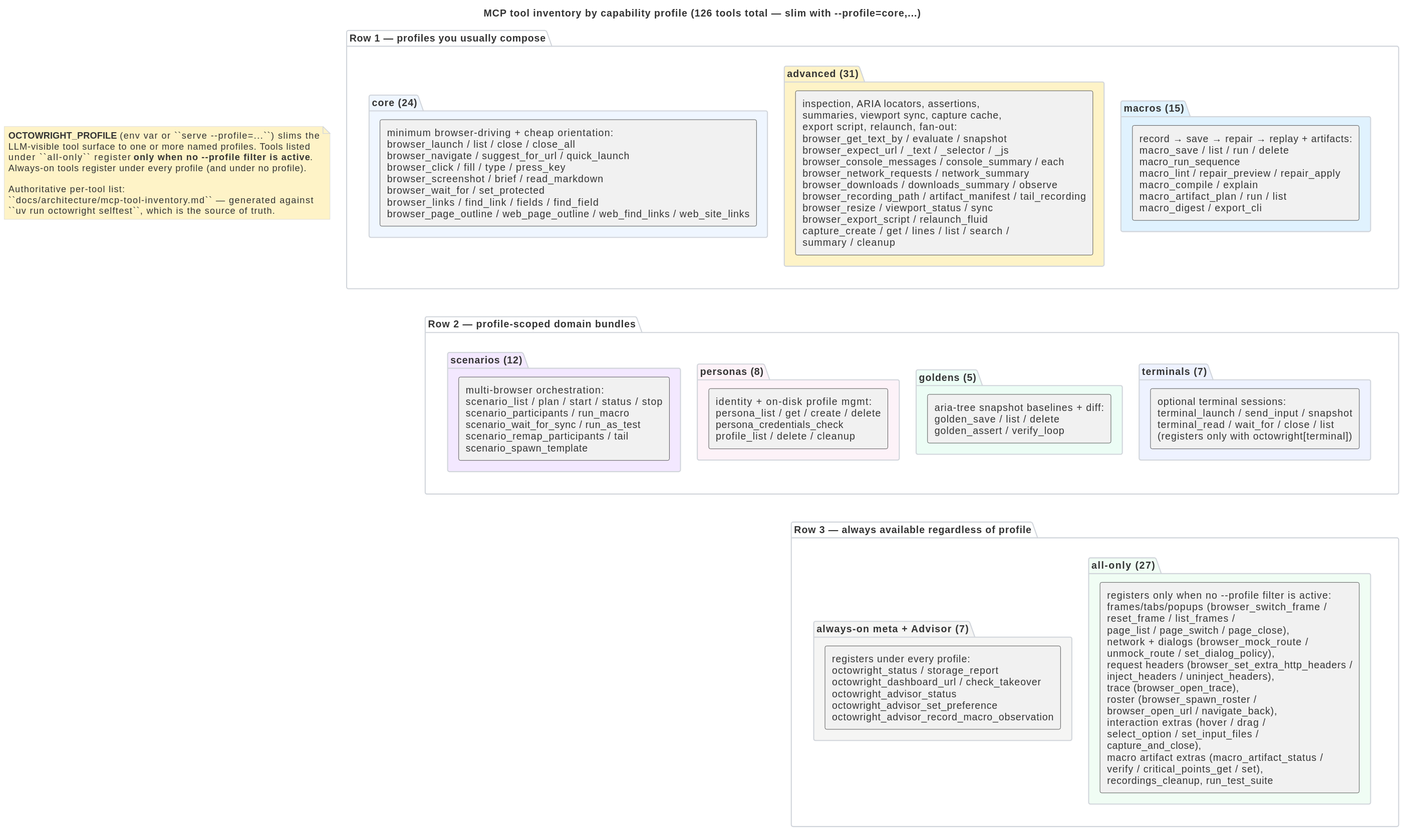
Above: docs/architecture/mcp-tool-surface.svg in livingstaccato/octowright (PlantUML), before the change. Its source is kept beside it as docs/architecture/mcp-tool-surface.puml.
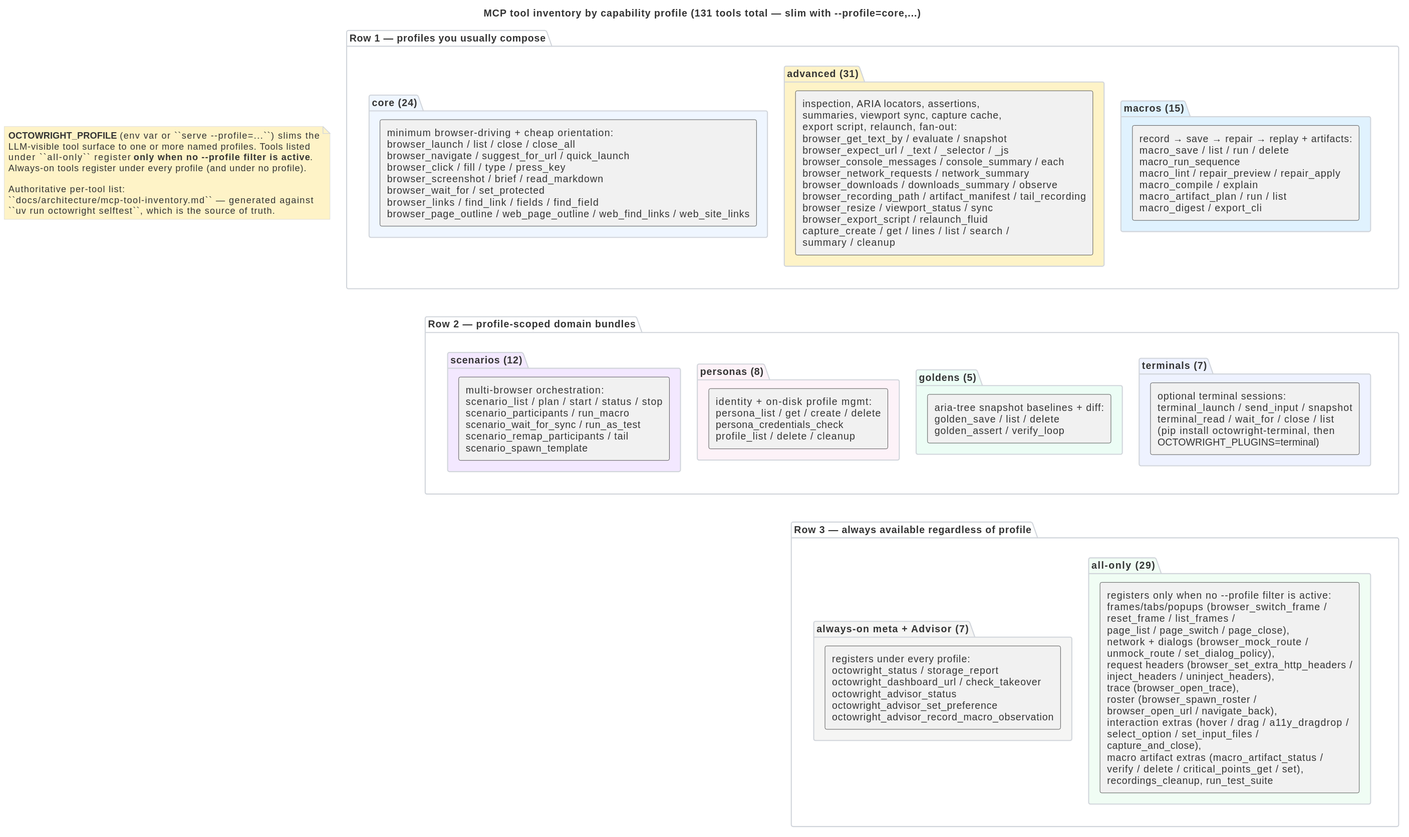
Later version of the same file.

Change to the diagram source:
```diff
@@ -1,5 +1,5 @@
 @startuml mcp-tool-surface
-title MCP tool inventory by capability profile (126 tools total — slim with --profile=core,...)
+title MCP tool inventory by capability profile (131 tools total — slim with --profile=core,...)
 
 skinparam backgroundColor #ffffff
 skinparam defaultFontColor #333333
@@ -44,7 +44,7 @@
     rectangle "aria-tree snapshot baselines + diff:\ngolden_save / list / delete\ngolden_assert / verify_loop" as R_GOLD
   }
   package "terminals (7)" as P_TERM #eef2ff {
-    rectangle "optional terminal sessions:\nterminal_launch / send_input / snapshot\nterminal_read / wait_for / close / list\n(registers only with octowright[terminal])" as R_TERM
+    rectangle "optional terminal sessions:\nterminal_launch / send_input / snapshot\nterminal_read / wait_for / close / list\n(pip install octowright-terminal, then\nOCTOWRIGHT_PLUGINS=terminal)" as R_TERM
   }
 }
 
@@ -52,8 +52,8 @@
   package "always-on meta + Advisor (7)" as P_META #f5f5f4 {
     rectangle "registers under every profile:\noctowright_status / storage_report\noctowright_dashboard_url / check_takeover\noctowright_advisor_status\noctowright_advisor_set_preference\noctowright_advisor_record_macro_observation" as R_META
   }
-  package "all-only (27)" as P_ALL #f0fdf4 {
-    rectangle "registers only when no --profile filter is active:\nframes/tabs/popups (browser_switch_frame /\nreset_frame / list_frames /\npage_list / page_switch / page_close),\nnetwork + dialogs (browser_mock_route /\nunmock_route / set_dialog_policy),\nrequest headers (browser_set_extra_http_headers /\ninject_headers / uninject_headers),\ntrace (browser_open_trace),\nroster (browser_spawn_roster /\nbrowser_open_url / navigate_back),\ninteraction extras (hover / drag /\nselect_option / set_input_files /\ncapture_and_close),\nmacro artifact extras (macro_artifact_status /\nverify / critical_points_get / set),\nrecordings_cleanup, run_test_suite" as R_ALL
+  package "all-only (29)" as P_ALL #f0fdf4 {
+    rectangle "registers only when no --profile filter is active:\nframes/tabs/popups (browser_switch_frame /\nreset_frame / list_frames /\npage_list / page_switch / page_close),\nnetwork + dialogs (browser_mock_route /\nunmock_route / set_dialog_policy),\nrequest headers (browser_set_extra_http_headers /\ninject_headers / uninject_headers),\ntrace (browser_open_trace),\nroster (browser_spawn_roster /\nbrowser_open_url / navigate_back),\ninteraction extras (hover / drag / a11y_dragdrop /\nselect_option / set_input_files /\ncapture_and_close),\nmacro artifact extras (macro_artifact_status /\nverify / delete / critical_points_get / set),\nrecordings_cleanup, run_test_suite" as R_ALL
   }
 }
 
```
